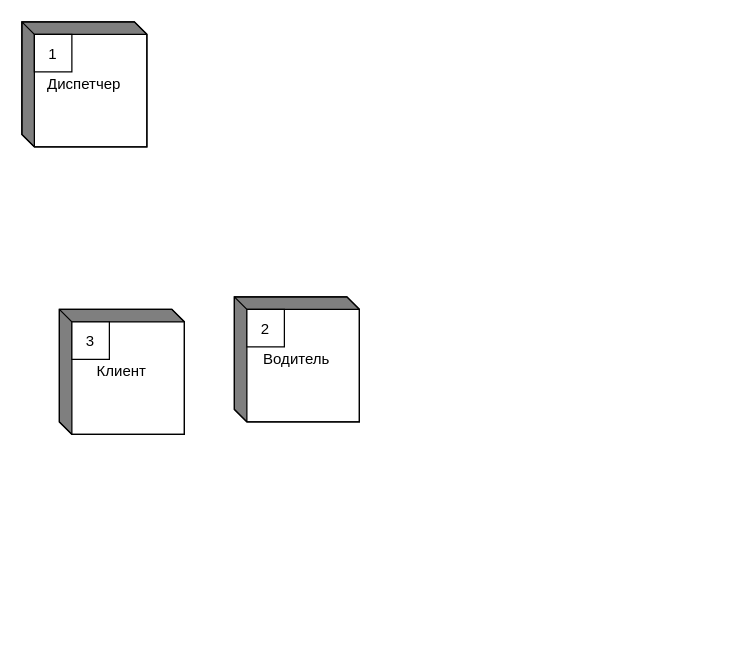
Earlier version of the draw.io diagram Диаграмма системных процессов.drawio (psihioga/Sendsay_test_exercise). Source tidied: cells renumbered, new cells numbered last; positions are measured from the earlier drawing's top-left corner, leaving out a move shared by most shapes. Both pictures are drawn from the tidied source at 125%, with x=0, y=0 at pixel (21, 21).
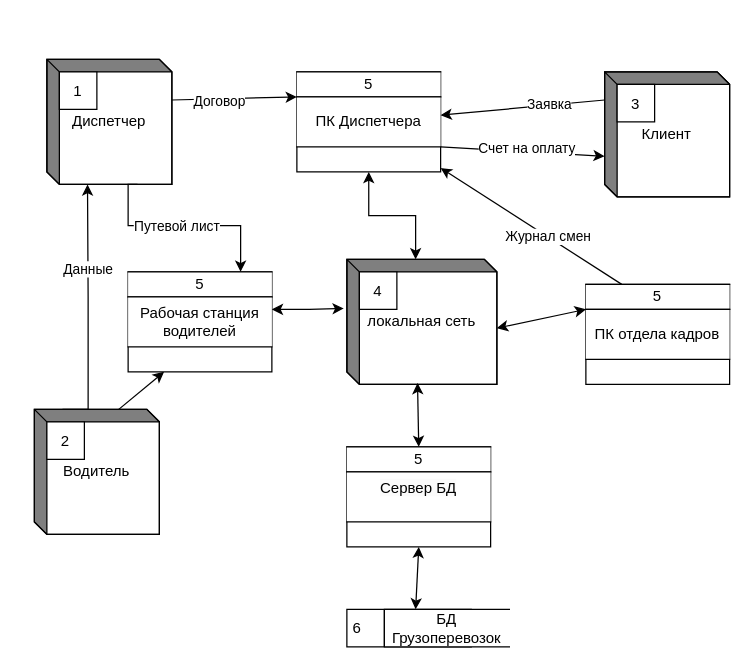
The same page after the edit.

What changed in the source:
```diff
@@
     <mxCell id="2" value="Диспетчер" style="html=1;dashed=0;whiteSpace=wrap;shape=mxgraph.dfd.externalEntity;" parent="1" vertex="1">
-      <mxGeometry width="100" height="100" as="geometry" />
+      <mxGeometry x="20" y="30" width="100" height="100" as="geometry" />
     </mxCell>
@@
+    <mxCell id="8" style="edgeStyle=orthogonalEdgeStyle;rounded=0;jettySize=auto;html=1;exitX=0;exitY=0;exitDx=22.5;exitDy=0;exitPerimeter=0;entryX=0;entryY=0;entryDx=32.5;entryDy=100;entryPerimeter=0;" parent="1" edge="1" source="4" target="2">
+      <mxGeometry relative="1" as="geometry">
+        <Array as="points">
+          <mxPoint x="53" y="310" />
+          <mxPoint x="53" y="220" />
+        </Array>
+      </mxGeometry>
+    </mxCell>
+    <mxCell id="9" value="Данные" style="edgeLabel;html=1;align=center;verticalAlign=middle;" parent="8" vertex="1">
+      <mxGeometry x="0.33" relative="1" as="geometry" />
+    </mxCell>
     <mxCell id="4" value="Водитель" style="html=1;dashed=0;whiteSpace=wrap;shape=mxgraph.dfd.externalEntity;" parent="1" vertex="1">
-      <mxGeometry x="170" y="220" width="100" height="100" as="geometry" />
+      <mxGeometry x="10" y="310" width="100" height="100" as="geometry" />
     </mxCell>
@@
     <mxCell id="6" value="Клиент" style="html=1;dashed=0;whiteSpace=wrap;shape=mxgraph.dfd.externalEntity;" parent="1" vertex="1">
-      <mxGeometry x="30" y="230" width="100" height="100" as="geometry" />
+      <mxGeometry x="466.2" y="40" width="100" height="100" as="geometry" />
     </mxCell>
@@
+    <mxCell id="10" style="group;" parent="1" vertex="1">
+      <mxGeometry x="260" y="470" width="130" height="30" as="geometry" />
+    </mxCell>
+    <mxCell id="11" value="6" style="html=1;dashed=0;whiteSpace=wrap;shape=mxgraph.dfd.dataStoreID;align=left;spacingLeft=3;" parent="10" vertex="1">
+      <mxGeometry width="100" height="30" as="geometry" />
+    </mxCell>
+    <mxCell id="12" value="БД Грузоперевозок" style="html=1;dashed=0;whiteSpace=wrap;shape=partialRectangle;right=0;" parent="10" vertex="1">
+      <mxGeometry x="30" width="100" height="30" as="geometry" />
+    </mxCell>
+    <mxCell id="13" style="group;" parent="1" vertex="1">
+      <mxGeometry x="260" y="340" width="115" height="80" as="geometry" />
+    </mxCell>
+    <mxCell id="14" style="html=1;dashed=0;whiteSpace=wrap;" parent="13" vertex="1">
+      <mxGeometry width="115" height="80" as="geometry" />
+    </mxCell>
+    <mxCell id="15" value="5" style="html=1;dashed=0;whiteSpace=wrap;shape=partialRectangle;right=0;left=0;align=center;verticalAlign=middle;" parent="13" vertex="1">
+      <mxGeometry width="115" height="20" as="geometry" />
+    </mxCell>
+    <mxCell id="16" value="&#10;&lt;span style=&quot;color: rgb(0, 0, 0); font-family: Helvetica; font-size: 12px; font-style: normal; font-variant-ligatures: normal; font-variant-caps: normal; font-weight: 400; letter-spacing: normal; orphans: 2; text-align: center; text-indent: 0px; text-transform: none; widows: 2; word-spacing: 0px; -webkit-text-stroke-width: 0px; background-color: rgb(251, 251, 251); text-decoration-thickness: initial; text-decoration-style: initial; text-decoration-color: initial; float: none; display: inline !important;&quot;&gt;Сервер БД&lt;/span&gt;&#10;&#10;" style="html=1;dashed=0;whiteSpace=wrap;shape=partialRectangle;right=0;left=0;" parent="13" vertex="1">
+      <mxGeometry y="20" width="115" height="40" as="geometry" />
+    </mxCell>
+    <mxCell id="17" value="локальная сеть" style="html=1;dashed=0;whiteSpace=wrap;shape=mxgraph.dfd.externalEntity;" parent="1" vertex="1">
+      <mxGeometry x="260" y="190" width="120" height="100" as="geometry" />
+    </mxCell>
+    <mxCell id="18" value="4" style="strokeColor=inherit;fillColor=inherit;gradientColor=inherit;" parent="17" vertex="1">
+      <mxGeometry width="30" height="30" relative="1" as="geometry">
+        <mxPoint x="10" y="10" as="offset" />
+      </mxGeometry>
+    </mxCell>
+    <mxCell id="19" style="group;" parent="1" vertex="1">
+      <mxGeometry x="220" y="40" width="115" height="80" as="geometry" />
+    </mxCell>
+    <mxCell id="20" style="html=1;dashed=0;whiteSpace=wrap;" parent="19" vertex="1">
+      <mxGeometry width="115" height="80" as="geometry" />
+    </mxCell>
+    <mxCell id="21" value="5" style="html=1;dashed=0;whiteSpace=wrap;shape=partialRectangle;right=0;left=0;align=center;verticalAlign=middle;" parent="19" vertex="1">
+      <mxGeometry width="115" height="20" as="geometry" />
+    </mxCell>
+    <mxCell id="22" value="ПК Диспетчера" style="html=1;dashed=0;whiteSpace=wrap;shape=partialRectangle;right=0;left=0;" parent="19" vertex="1">
+      <mxGeometry y="20" width="115" height="40" as="geometry" />
+    </mxCell>
+    <mxCell id="23" style="endArrow=classic;html=1;rounded=0;exitX=0;exitY=0;exitDx=0;exitDy=22.5;exitPerimeter=0;" parent="1" edge="1" source="6" target="22">
+      <mxGeometry relative="1" as="geometry" />
+    </mxCell>
+    <mxCell id="24" value="Заявка" style="edgeLabel;html=1;align=center;verticalAlign=middle;" parent="23" vertex="1">
+      <mxGeometry x="-0.31" y="-1" relative="1" as="geometry" />
+    </mxCell>
+    <mxCell id="25" style="endArrow=classic;html=1;rounded=0;exitX=0;exitY=0;exitDx=67.5;exitDy=0;exitPerimeter=0;entryX=0.25;entryY=1;entryDx=0;entryDy=0;" parent="1" edge="1" source="4" target="27">
+      <mxGeometry relative="1" as="geometry" />
+    </mxCell>
+    <mxCell id="26" style="group;" parent="1" vertex="1">
+      <mxGeometry x="85" y="200" width="115" height="80" as="geometry" />
+    </mxCell>
+    <mxCell id="27" style="html=1;dashed=0;whiteSpace=wrap;" parent="26" vertex="1">
+      <mxGeometry width="115" height="80" as="geometry" />
+    </mxCell>
+    <mxCell id="28" value="5" style="html=1;dashed=0;whiteSpace=wrap;shape=partialRectangle;right=0;left=0;align=center;verticalAlign=middle;" parent="26" vertex="1">
+      <mxGeometry width="115" height="20" as="geometry" />
+    </mxCell>
+    <mxCell id="29" value="Рабочая станция водителей" style="html=1;dashed=0;whiteSpace=wrap;shape=partialRectangle;right=0;left=0;" parent="26" vertex="1">
+      <mxGeometry y="20" width="115" height="40" as="geometry" />
+    </mxCell>
+    <mxCell id="30" style="edgeStyle=orthogonalEdgeStyle;rounded=0;jettySize=auto;html=1;exitX=1;exitY=0.25;exitDx=0;exitDy=0;startArrow=classic;startFill=1;entryX=-0.021;entryY=0.393;entryDx=0;entryDy=0;entryPerimeter=0;" parent="1" edge="1" source="29" target="17">
+      <mxGeometry relative="1" as="geometry">
+        <Array as="points">
+          <mxPoint x="230" y="230" />
+        </Array>
+      </mxGeometry>
+    </mxCell>
+    <mxCell id="31" style="endArrow=classic;html=1;rounded=0;entryX=0.471;entryY=0.989;entryDx=0;entryDy=0;entryPerimeter=0;exitX=0.5;exitY=0;exitDx=0;exitDy=0;startArrow=classic;startFill=1;" parent="1" edge="1" source="15" target="17">
+      <mxGeometry relative="1" as="geometry" />
+    </mxCell>
+    <mxCell id="32" style="endArrow=classic;html=1;rounded=0;entryX=0.5;entryY=1;entryDx=0;entryDy=0;exitX=0.25;exitY=0;exitDx=0;exitDy=0;startArrow=classic;startFill=1;" parent="1" edge="1" source="12" target="14">
+      <mxGeometry relative="1" as="geometry" />
+    </mxCell>
+    <mxCell id="33" style="endArrow=classic;html=1;rounded=0;exitX=0.25;exitY=0;exitDx=0;exitDy=0;" parent="1" edge="1" source="39" target="20">
+      <mxGeometry relative="1" as="geometry" />
+    </mxCell>
+    <mxCell id="34" value="Журнал смен" style="edgeLabel;html=1;align=center;verticalAlign=middle;" parent="33" vertex="1">
+      <mxGeometry x="-0.17" relative="1" as="geometry" />
+    </mxCell>
+    <mxCell id="35" style="endArrow=classic;html=1;rounded=0;exitX=0;exitY=0;exitDx=100;exitDy=32.5;exitPerimeter=0;entryX=0;entryY=0;entryDx=0;entryDy=0;" parent="1" edge="1" source="2" target="22">
+      <mxGeometry relative="1" as="geometry" />
+    </mxCell>
+    <mxCell id="36" value="Договор" style="edgeLabel;html=1;align=center;verticalAlign=middle;" parent="35" vertex="1">
+      <mxGeometry x="-0.26" y="-2" relative="1" as="geometry" />
+    </mxCell>
+    <mxCell id="37" style="group;" parent="1" vertex="1">
+      <mxGeometry x="451.2" y="210" width="115" height="80" as="geometry" />
+    </mxCell>
+    <mxCell id="38" style="html=1;dashed=0;whiteSpace=wrap;" parent="37" vertex="1">
+      <mxGeometry width="115" height="80" as="geometry" />
+    </mxCell>
+    <mxCell id="39" value="5" style="html=1;dashed=0;whiteSpace=wrap;shape=partialRectangle;right=0;left=0;align=center;verticalAlign=middle;" parent="37" vertex="1">
+      <mxGeometry width="115" height="20" as="geometry" />
+    </mxCell>
+    <mxCell id="40" value="ПК отдела кадров" style="html=1;dashed=0;whiteSpace=wrap;shape=partialRectangle;right=0;left=0;" parent="37" vertex="1">
+      <mxGeometry y="20" width="115" height="40" as="geometry" />
+    </mxCell>
+    <mxCell id="41" style="endArrow=classic;html=1;rounded=0;exitX=0;exitY=0;exitDx=0;exitDy=0;entryX=0;entryY=0;entryDx=120;entryDy=55;entryPerimeter=0;startArrow=classic;startFill=1;" parent="1" edge="1" source="40" target="17">
+      <mxGeometry relative="1" as="geometry" />
+    </mxCell>
+    <mxCell id="42" style="edgeStyle=orthogonalEdgeStyle;rounded=0;orthogonalLoop=1;jettySize=auto;html=1;entryX=0;entryY=0;entryDx=77.5;entryDy=100;entryPerimeter=0;startArrow=classic;startFill=1;endArrow=none;endFill=0;" parent="1" edge="1">
+      <mxGeometry relative="1" as="geometry">
+        <mxPoint x="175" y="200" as="sourcePoint" />
+        <mxPoint x="92.5" y="130" as="targetPoint" />
+        <Array as="points">
+          <mxPoint x="175" y="163" />
+          <mxPoint x="85" y="163" />
+          <mxPoint x="85" y="130" />
+        </Array>
+      </mxGeometry>
+    </mxCell>
+    <mxCell id="43" value="Путевой лист" style="edgeLabel;html=1;align=center;verticalAlign=middle;" parent="42" vertex="1">
+      <mxGeometry x="-0.18" relative="1" as="geometry">
+        <mxPoint x="-20" as="offset" />
+      </mxGeometry>
+    </mxCell>
+    <mxCell id="44" style="edgeStyle=orthogonalEdgeStyle;rounded=0;jettySize=auto;html=1;exitX=0.5;exitY=1;exitDx=0;exitDy=0;entryX=0;entryY=0;entryDx=55;entryDy=0;entryPerimeter=0;startArrow=classic;startFill=1;" parent="1" edge="1" source="20" target="17">
+      <mxGeometry relative="1" as="geometry" />
+    </mxCell>
+    <mxCell id="45" style="endArrow=classic;html=1;rounded=0;exitX=1;exitY=0.75;exitDx=0;exitDy=0;entryX=0;entryY=0;entryDx=0;entryDy=67.5;entryPerimeter=0;" parent="1" edge="1" source="20" target="6">
+      <mxGeometry relative="1" as="geometry" />
+    </mxCell>
+    <mxCell id="46" value="Счет на оплату" style="edgeLabel;html=1;align=center;verticalAlign=middle;" parent="45" vertex="1">
+      <mxGeometry x="0.2" y="2" relative="1" as="geometry">
+        <mxPoint x="-10" y="-2" as="offset" />
+      </mxGeometry>
+    </mxCell>
```
